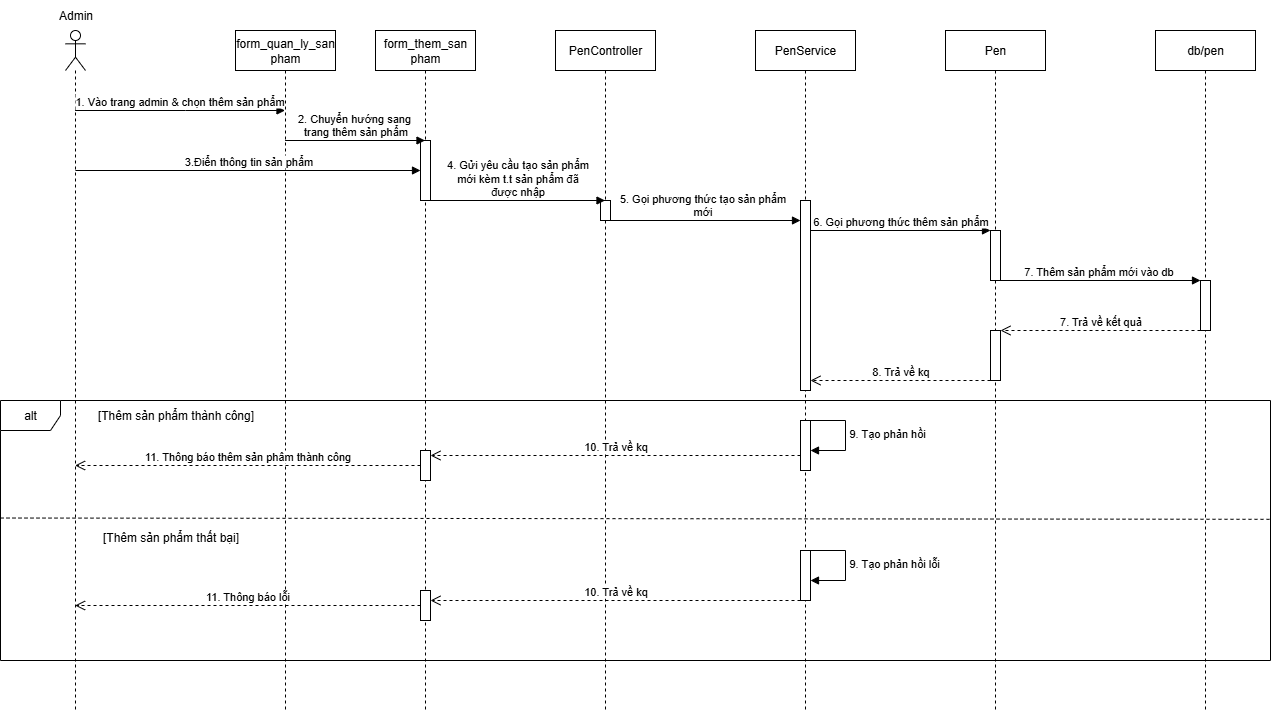
This is themsp_sequence.drawio.png from huyga1185/but, a draw.io export, as it was before one commit. Source tidied: cells renumbered, new cells last; positions are measured from the earlier drawing's top-left corner, leaving out a move shared by most shapes.
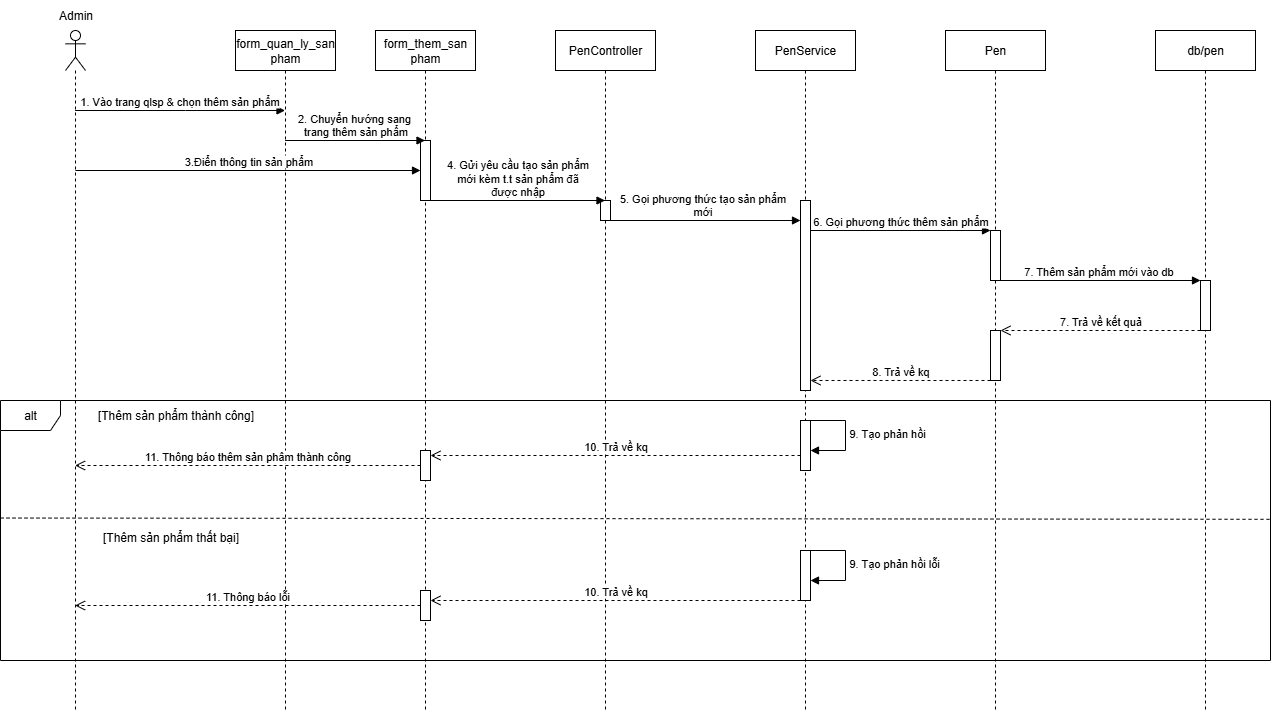
After the change.

Diff of the diagram source:
```diff
@@ -41,7 +41,7 @@
     <mxCell id="14" value="Admin" style="text;html=1;align=center;verticalAlign=middle;strokeColor=none;fillColor=none;" parent="1" vertex="1">
       <mxGeometry x="45" width="60" height="30" as="geometry" />
     </mxCell>
-    <mxCell id="15" value="&lt;font face=&quot;Helvetica&quot;&gt;1. Vào trang admin &amp;amp; chọn thêm sản phẩm&lt;/font&gt;" style="html=1;verticalAlign=bottom;endArrow=block;curved=0;rounded=0;" parent="1" edge="1" source="2" target="17">
+    <mxCell id="15" value="&lt;font face=&quot;Helvetica&quot;&gt;1. Vào trang qlsp &amp;amp; chọn thêm sản phẩm&lt;/font&gt;" style="html=1;verticalAlign=bottom;endArrow=block;curved=0;rounded=0;" parent="1" edge="1" source="2" target="17">
       <mxGeometry relative="1" as="geometry">
         <Array as="points">
           <mxPoint x="185" y="110" />
```
